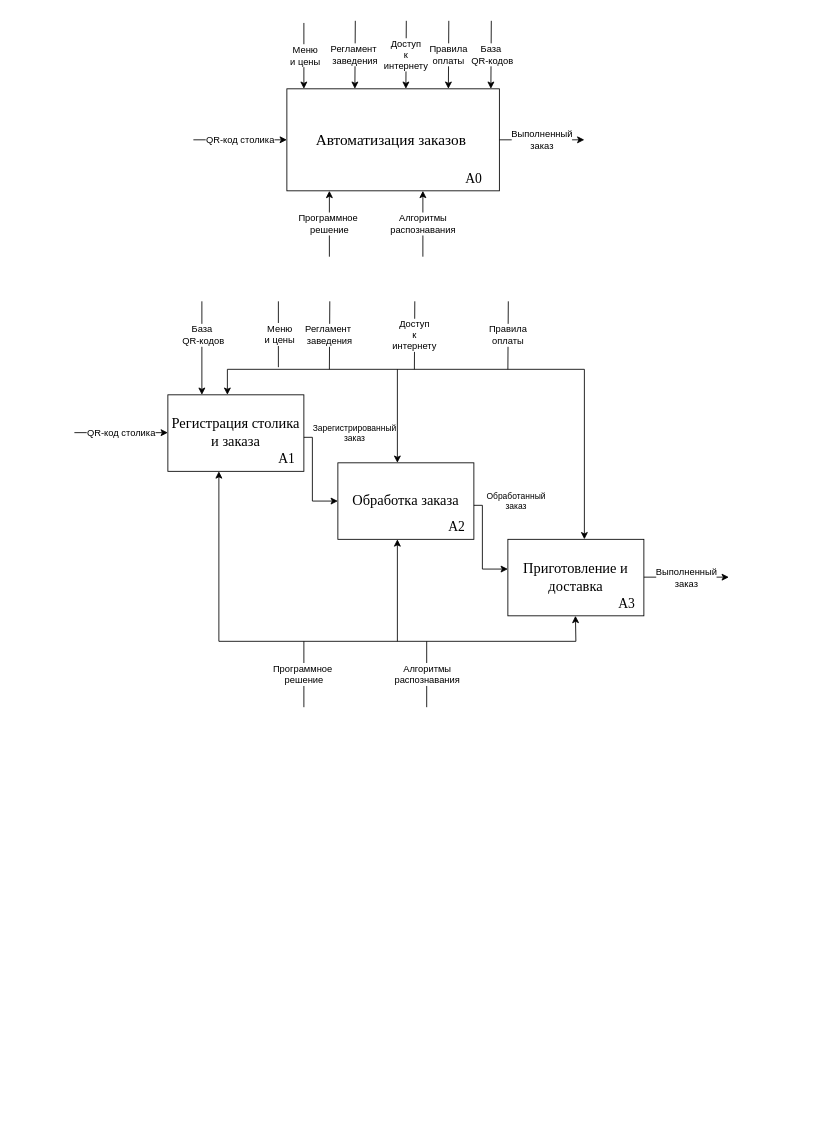
Earlier version of the draw.io diagram Автоматизация заказа.drawio (SvetlanaCH01/-). Source tidied: cells renumbered, new cells numbered last; positions are measured from the earlier drawing's top-left corner, leaving out a move shared by most shapes. Both pictures are drawn from the tidied source at 85%, with x=0, y=0 at pixel (74, 20).
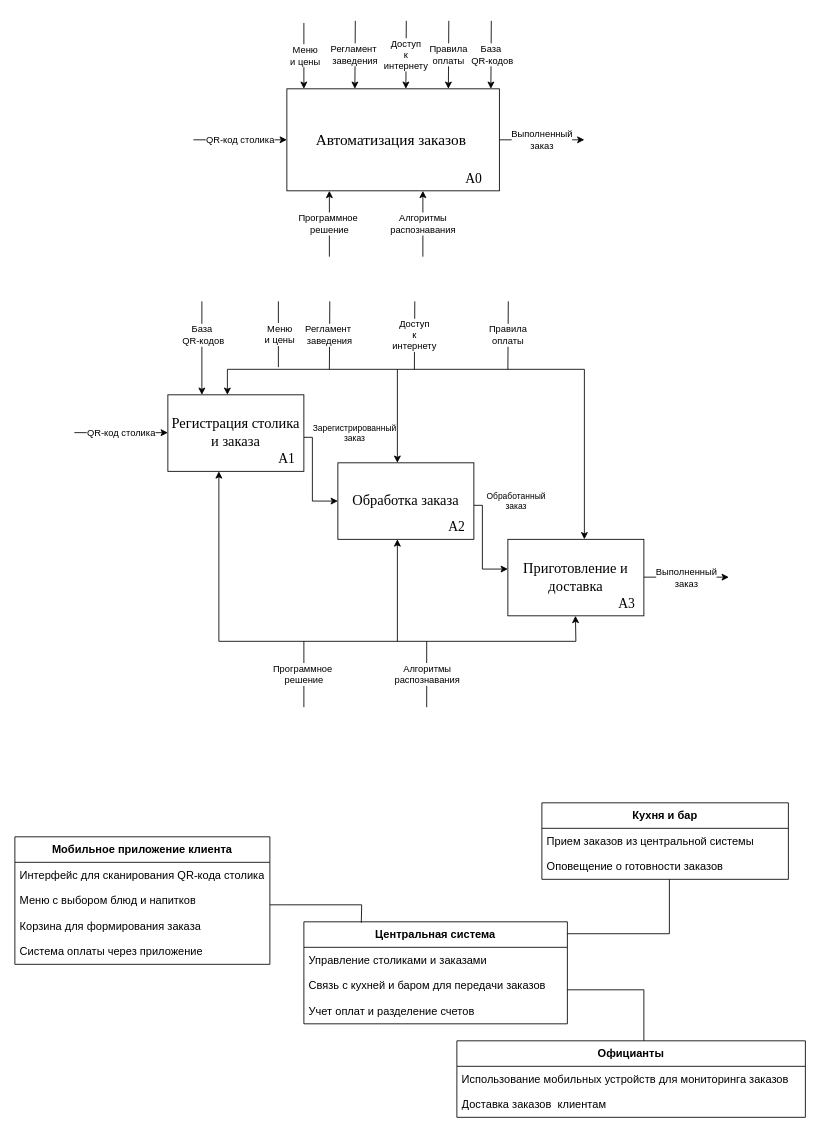
Above is the later version.

The edit, as a diff of the source:
```diff
@@
+    <mxCell id="40" value="Мобильное приложение клиента" style="swimlane;fontStyle=1;horizontal=1;startSize=30;whiteSpace=wrap;html=1;fontSize=13;" parent="1" vertex="1">
+      <mxGeometry x="-70" y="960" width="300" height="150" as="geometry" />
+    </mxCell>
+    <mxCell id="41" value="Интерфейс для сканирования QR-кода столика" style="text;strokeColor=none;fillColor=none;align=left;verticalAlign=middle;spacingLeft=4;spacingRight=4;overflow=hidden;whiteSpace=wrap;html=1;fontSize=13;" parent="40" vertex="1">
+      <mxGeometry y="30" width="300" height="30" as="geometry" />
+    </mxCell>
+    <mxCell id="42" value="Меню с выбором блюд и напитков" style="text;strokeColor=none;fillColor=none;align=left;verticalAlign=middle;spacingLeft=4;spacingRight=4;overflow=hidden;whiteSpace=wrap;html=1;fontSize=13;" parent="40" vertex="1">
+      <mxGeometry y="60" width="300" height="30" as="geometry" />
+    </mxCell>
+    <mxCell id="43" value="Корзина для формирования заказа" style="text;strokeColor=none;fillColor=none;align=left;verticalAlign=middle;spacingLeft=4;spacingRight=4;overflow=hidden;whiteSpace=wrap;html=1;fontSize=13;" parent="40" vertex="1">
+      <mxGeometry y="90" width="300" height="30" as="geometry" />
+    </mxCell>
+    <mxCell id="44" value="Система оплаты через приложение" style="text;strokeColor=none;fillColor=none;align=left;verticalAlign=middle;spacingLeft=4;spacingRight=4;overflow=hidden;whiteSpace=wrap;html=1;fontSize=13;" parent="40" vertex="1">
+      <mxGeometry y="120" width="300" height="30" as="geometry" />
+    </mxCell>
+    <mxCell id="45" value="Центральная система&lt;span id=&quot;docs-internal-guid-0a16b461-7fff-e924-1c03-b902e3574920&quot; style=&quot;font-size: 13px;&quot;&gt;&lt;/span&gt;" style="swimlane;fontStyle=1;horizontal=1;startSize=30;whiteSpace=wrap;html=1;fontSize=13;" parent="1" vertex="1">
+      <mxGeometry x="270" y="1060" width="310" height="120" as="geometry" />
+    </mxCell>
+    <mxCell id="46" value="Управление столиками и заказами&lt;span id=&quot;docs-internal-guid-01f39aaf-7fff-52db-7e93-a660042b7b28&quot; style=&quot;font-size: 13px;&quot;&gt;&lt;/span&gt;&lt;span id=&quot;docs-internal-guid-01f39aaf-7fff-52db-7e93-a660042b7b28&quot; style=&quot;font-size: 13px;&quot;&gt;&lt;/span&gt;" style="text;strokeColor=none;fillColor=none;align=left;verticalAlign=middle;spacingLeft=4;spacingRight=4;overflow=hidden;whiteSpace=wrap;html=1;fontSize=13;" parent="45" vertex="1">
+      <mxGeometry y="30" width="310" height="30" as="geometry" />
+    </mxCell>
+    <mxCell id="47" value="Связь с кухней и баром для передачи заказов" style="text;strokeColor=none;fillColor=none;align=left;verticalAlign=middle;spacingLeft=4;spacingRight=4;overflow=hidden;whiteSpace=wrap;html=1;fontSize=13;" parent="45" vertex="1">
+      <mxGeometry y="60" width="310" height="30" as="geometry" />
+    </mxCell>
+    <mxCell id="48" value="Учет оплат и разделение счетов" style="text;strokeColor=none;fillColor=none;align=left;verticalAlign=middle;spacingLeft=4;spacingRight=4;overflow=hidden;whiteSpace=wrap;html=1;fontSize=13;" parent="45" vertex="1">
+      <mxGeometry y="90" width="310" height="30" as="geometry" />
+    </mxCell>
+    <mxCell id="49" value="Кухня и бар&lt;span id=&quot;docs-internal-guid-0a16b461-7fff-e924-1c03-b902e3574920&quot; style=&quot;font-size: 13px;&quot;&gt;&lt;/span&gt;" style="swimlane;fontStyle=1;horizontal=1;startSize=30;whiteSpace=wrap;html=1;fontSize=13;" parent="1" vertex="1">
+      <mxGeometry x="550" y="920" width="290" height="90" as="geometry" />
+    </mxCell>
+    <mxCell id="50" value="Прием заказов из центральной системы" style="text;strokeColor=none;fillColor=none;align=left;verticalAlign=middle;spacingLeft=4;spacingRight=4;overflow=hidden;whiteSpace=wrap;html=1;fontSize=13;" parent="49" vertex="1">
+      <mxGeometry y="30" width="290" height="30" as="geometry" />
+    </mxCell>
+    <mxCell id="51" value="Оповещение о готовности заказов" style="text;strokeColor=none;fillColor=none;align=left;verticalAlign=middle;spacingLeft=4;spacingRight=4;overflow=hidden;whiteSpace=wrap;html=1;fontSize=13;" parent="49" vertex="1">
+      <mxGeometry y="60" width="290" height="30" as="geometry" />
+    </mxCell>
+    <mxCell id="52" value="Официанты&lt;span id=&quot;docs-internal-guid-0a16b461-7fff-e924-1c03-b902e3574920&quot; style=&quot;font-size: 13px;&quot;&gt;&lt;/span&gt;" style="swimlane;fontStyle=1;horizontal=1;startSize=30;whiteSpace=wrap;html=1;fontSize=13;" parent="1" vertex="1">
+      <mxGeometry x="450" y="1200" width="410" height="90" as="geometry" />
+    </mxCell>
+    <mxCell id="53" value="Использование мобильных устройств для мониторинга заказов&amp;nbsp;&lt;span id=&quot;docs-internal-guid-01f39aaf-7fff-52db-7e93-a660042b7b28&quot; style=&quot;font-size: 13px;&quot;&gt;&lt;/span&gt;" style="text;strokeColor=none;fillColor=none;align=left;verticalAlign=middle;spacingLeft=4;spacingRight=4;overflow=hidden;whiteSpace=wrap;html=1;fontSize=13;" parent="52" vertex="1">
+      <mxGeometry y="30" width="410" height="30" as="geometry" />
+    </mxCell>
+    <mxCell id="54" value="Доставка заказов&amp;nbsp; клиентам" style="text;strokeColor=none;fillColor=none;align=left;verticalAlign=middle;spacingLeft=4;spacingRight=4;overflow=hidden;whiteSpace=wrap;html=1;fontSize=13;" parent="52" vertex="1">
+      <mxGeometry y="60" width="410" height="30" as="geometry" />
+    </mxCell>
+    <mxCell id="55" style="endArrow=none;html=1;rounded=0;entryX=0.218;entryY=0.008;entryDx=0;entryDy=0;entryPerimeter=0;" parent="1" edge="1" target="45">
+      <mxGeometry relative="1" as="geometry">
+        <mxPoint x="230" y="1040" as="sourcePoint" />
+        <Array as="points">
+          <mxPoint x="250" y="1040" />
+          <mxPoint x="338" y="1040" />
+        </Array>
+      </mxGeometry>
+    </mxCell>
+    <mxCell id="56" style="endArrow=none;html=1;rounded=0;" parent="1" edge="1">
+      <mxGeometry relative="1" as="geometry">
+        <mxPoint x="580" y="1074" as="sourcePoint" />
+        <mxPoint x="700" y="1010" as="targetPoint" />
+        <Array as="points">
+          <mxPoint x="700" y="1074" />
+        </Array>
+      </mxGeometry>
+    </mxCell>
+    <mxCell id="57" style="endArrow=none;html=1;rounded=0;" parent="1" edge="1">
+      <mxGeometry relative="1" as="geometry">
+        <mxPoint x="580" y="1140" as="sourcePoint" />
+        <mxPoint x="670" y="1200" as="targetPoint" />
+        <Array as="points">
+          <mxPoint x="670" y="1140" />
+        </Array>
+      </mxGeometry>
+    </mxCell>
```
